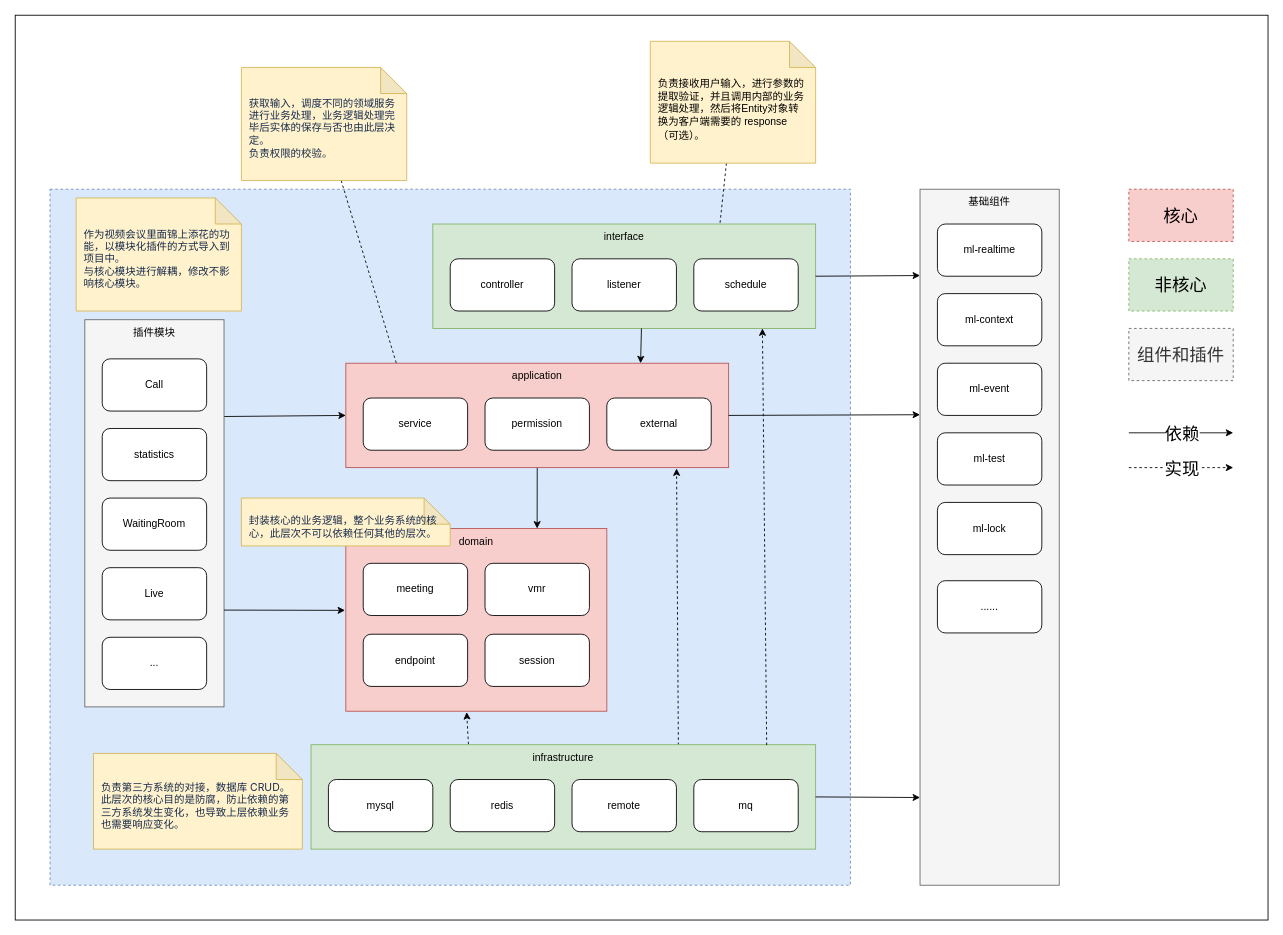
herozzn/draw keeps this draw.io diagram as RSC新工程架构.drawio. Above is the earlier version. Source tidied: cells renumbered, new cells numbered last; positions are measured from the earlier drawing's top-left corner, leaving out a move shared by most shapes. Both pictures are drawn from the tidied source at 87%, with x=0, y=0 at pixel (15, 15).
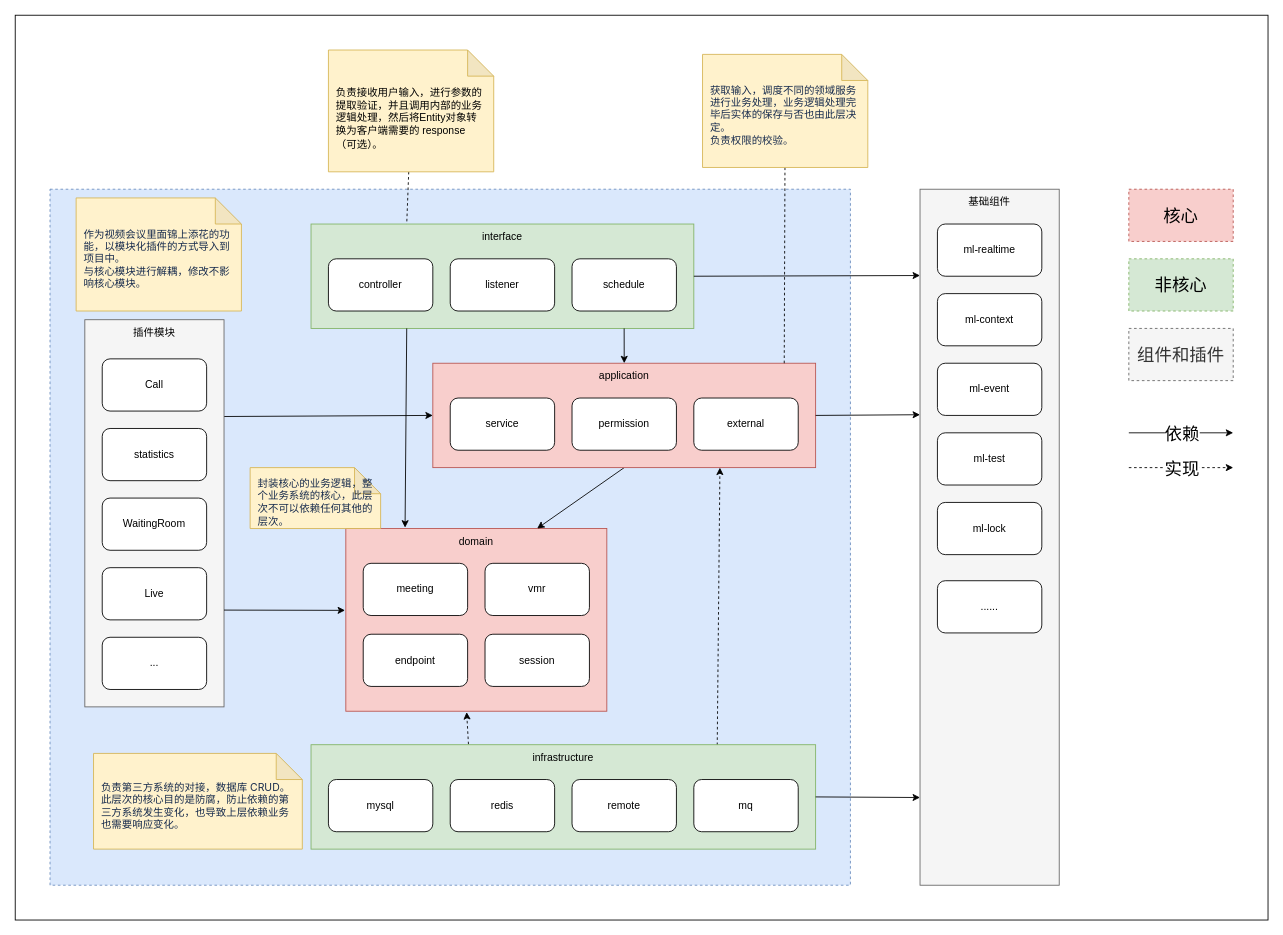
Above is the later version.

Commit message:
更新RSC新工程架构.drawio

Unchanged cells that the change refers to:
```xml
<mxCell id="6" style="rounded=0;whiteSpace=wrap;html=1;fillColor=#f8cecc;strokeColor=#b85450;" parent="1" vertex="1">
  <mxGeometry x="380" y="590" width="300" height="210" as="geometry" />
</mxCell>
<mxCell id="12" style="rounded=0;whiteSpace=wrap;html=1;fillColor=#d5e8d4;strokeColor=#82b366;" parent="1" vertex="1">
  <mxGeometry x="340" y="838.5" width="580" height="120" as="geometry" />
</mxCell>
```

What changed in the source:
```diff
@@
     <mxCell id="8" style="rounded=0;whiteSpace=wrap;html=1;fillColor=#f8cecc;strokeColor=#b85450;" parent="1" vertex="1">
-      <mxGeometry x="380" y="400" width="440" height="120" as="geometry" />
+      <mxGeometry x="480" y="400" width="440" height="120" as="geometry" />
     </mxCell>
     <mxCell id="9" style="rounded=0;whiteSpace=wrap;html=1;fillColor=#d5e8d4;strokeColor=#82b366;" parent="1" vertex="1">
-      <mxGeometry x="480" y="240" width="440" height="120" as="geometry" />
+      <mxGeometry x="340" y="240" width="440" height="120" as="geometry" />
     </mxCell>
@@
-    <mxCell id="11" style="rounded=0;jettySize=auto;html=1;exitX=0.728;exitY=0.004;exitDx=0;exitDy=0;entryX=0.864;entryY=1.008;entryDx=0;entryDy=0;dashed=1;entryPerimeter=0;exitPerimeter=0;" parent="1" edge="1" source="12" target="8">
+    <mxCell id="11" style="rounded=0;jettySize=auto;html=1;exitX=0.805;exitY=0.004;exitDx=0;exitDy=0;entryX=0.75;entryY=1;entryDx=0;entryDy=0;dashed=1;exitPerimeter=0;" parent="1" edge="1" source="12" target="8">
       <mxGeometry relative="1" as="geometry" />
     </mxCell>
@@
     <mxCell id="23" value="external" style="rounded=1;whiteSpace=wrap;html=1;" parent="1" vertex="1">
-      <mxGeometry x="680" y="440" width="120" height="60" as="geometry" />
+      <mxGeometry x="780" y="440" width="120" height="60" as="geometry" />
     </mxCell>
@@
     <mxCell id="26" value="service" style="rounded=1;whiteSpace=wrap;html=1;" parent="1" vertex="1">
-      <mxGeometry x="400" y="440" width="120" height="60" as="geometry" />
+      <mxGeometry x="500" y="440" width="120" height="60" as="geometry" />
     </mxCell>
     <mxCell id="27" value="permission" style="rounded=1;whiteSpace=wrap;html=1;" parent="1" vertex="1">
-      <mxGeometry x="540" y="440" width="120" height="60" as="geometry" />
+      <mxGeometry x="640" y="440" width="120" height="60" as="geometry" />
     </mxCell>
     <mxCell id="28" value="application" style="text;html=1;strokeColor=none;fillColor=none;align=center;verticalAlign=middle;whiteSpace=wrap;rounded=0;" parent="1" vertex="1">
-      <mxGeometry x="560" y="400" width="80" height="30" as="geometry" />
+      <mxGeometry x="660" y="400" width="80" height="30" as="geometry" />
     </mxCell>
-    <mxCell id="29" style="endArrow=classic;html=1;rounded=0;exitX=0.545;exitY=1;exitDx=0;exitDy=0;entryX=0.77;entryY=0;entryDx=0;entryDy=0;exitPerimeter=0;entryPerimeter=0;" parent="1" edge="1" source="9" target="8">
+    <mxCell id="29" style="endArrow=classic;html=1;rounded=0;exitX=0.818;exitY=1;exitDx=0;exitDy=0;entryX=0.5;entryY=0;entryDx=0;entryDy=0;exitPerimeter=0;" parent="1" edge="1" source="9" target="28">
       <mxGeometry relative="1" as="geometry" />
     </mxCell>
     <mxCell id="30" value="controller" style="rounded=1;whiteSpace=wrap;html=1;" parent="1" vertex="1">
-      <mxGeometry x="500" y="280" width="120" height="60" as="geometry" />
+      <mxGeometry x="360" y="280" width="120" height="60" as="geometry" />
     </mxCell>
     <mxCell id="31" value="interface" style="text;html=1;strokeColor=none;fillColor=none;align=center;verticalAlign=middle;whiteSpace=wrap;rounded=0;" parent="1" vertex="1">
-      <mxGeometry x="660" y="240" width="80" height="30" as="geometry" />
+      <mxGeometry x="520" y="240" width="80" height="30" as="geometry" />
     </mxCell>
     <mxCell id="32" value="listener" style="rounded=1;whiteSpace=wrap;html=1;" parent="1" vertex="1">
-      <mxGeometry x="640" y="280" width="120" height="60" as="geometry" />
+      <mxGeometry x="500" y="280" width="120" height="60" as="geometry" />
     </mxCell>
     <mxCell id="33" value="schedule" style="rounded=1;whiteSpace=wrap;html=1;" parent="1" vertex="1">
-      <mxGeometry x="780" y="280" width="120" height="60" as="geometry" />
+      <mxGeometry x="640" y="280" width="120" height="60" as="geometry" />
     </mxCell>
@@
-    <mxCell id="39" style="rounded=0;jettySize=auto;html=1;exitX=0.903;exitY=0.004;exitDx=0;exitDy=0;entryX=0.861;entryY=1;entryDx=0;entryDy=0;dashed=1;exitPerimeter=0;entryPerimeter=0;" parent="1" edge="1" source="12" target="9">
-      <mxGeometry relative="1" as="geometry" />
-    </mxCell>
@@
-    <mxCell id="59" style="rounded=0;jettySize=auto;html=1;entryX=0.75;entryY=0;entryDx=0;entryDy=0;endArrow=none;endFill=0;dashed=1;" parent="1" edge="1" source="60" target="9">
+    <mxCell id="59" style="rounded=0;jettySize=auto;html=1;entryX=0.25;entryY=0;entryDx=0;entryDy=0;endArrow=none;endFill=0;dashed=1;" parent="1" edge="1" source="60" target="9">
       <mxGeometry relative="1" as="geometry" />
     </mxCell>
     <mxCell id="60" value="&lt;div style=&quot;text-align: left;&quot;&gt;负责接收用户输入，进行参数的提取验证，并且调用内部的业务逻辑处理，然后将Entity对象转换为客户端需要的 response（可选）。&lt;font face=&quot;-apple-system, system-ui, Segoe UI, Roboto, Oxygen, Ubuntu, Fira Sans, Droid Sans, Helvetica Neue, sans-serif&quot; color=&quot;#172b4d&quot;&gt;&lt;span style=&quot;font-size: 14px;&quot;&gt;&lt;br&gt;&lt;/span&gt;&lt;/font&gt;&lt;/div&gt;" style="shape=note;whiteSpace=wrap;html=1;backgroundOutline=1;darkOpacity=0.05;fillColor=#fff2cc;strokeColor=#d6b656;spacingLeft=8;spacingRight=8;spacingTop=8;spacingBottom=-10;" parent="1" vertex="1">
-      <mxGeometry x="730" y="30" width="190" height="140" as="geometry" />
+      <mxGeometry x="360" y="40" width="190" height="140" as="geometry" />
     </mxCell>
-    <mxCell id="61" style="rounded=0;jettySize=auto;html=1;entryX=0.132;entryY=0;entryDx=0;entryDy=0;dashed=1;endArrow=none;endFill=0;entryPerimeter=0;" parent="1" edge="1" source="62" target="8">
+    <mxCell id="61" style="rounded=0;jettySize=auto;html=1;entryX=0.918;entryY=0;entryDx=0;entryDy=0;dashed=1;endArrow=none;endFill=0;entryPerimeter=0;" parent="1" edge="1" source="62" target="8">
       <mxGeometry relative="1" as="geometry" />
     </mxCell>
     <mxCell id="62" value="&lt;div style=&quot;text-align: left;&quot;&gt;&lt;font face=&quot;-apple-system, system-ui, Segoe UI, Roboto, Oxygen, Ubuntu, Fira Sans, Droid Sans, Helvetica Neue, sans-serif&quot; color=&quot;#172b4d&quot;&gt;&lt;div style=&quot;&quot;&gt;&lt;span style=&quot;background-color: initial;&quot;&gt;获取输入，调度不同的领域服务进行业务处理，业务逻辑处理完毕后实体的保存与否也由此层决定。&lt;/span&gt;&lt;br&gt;&lt;span style=&quot;background-color: initial;&quot;&gt;负责权限的校验。&lt;/span&gt;&lt;br&gt;&lt;/div&gt;&lt;/font&gt;&lt;/div&gt;" style="shape=note;whiteSpace=wrap;html=1;backgroundOutline=1;darkOpacity=0.05;fillColor=#fff2cc;strokeColor=#d6b656;spacingLeft=8;spacingRight=8;spacingBottom=-10;" parent="1" vertex="1">
-      <mxGeometry x="260" y="60" width="190" height="130" as="geometry" />
+      <mxGeometry x="790" y="45" width="190" height="130" as="geometry" />
     </mxCell>
@@
     <mxCell id="64" value="&lt;div style=&quot;text-align: left;&quot;&gt;&lt;font face=&quot;-apple-system, system-ui, Segoe UI, Roboto, Oxygen, Ubuntu, Fira Sans, Droid Sans, Helvetica Neue, sans-serif&quot; color=&quot;#172b4d&quot;&gt;&lt;div style=&quot;&quot;&gt;封装核心的业务逻辑，整个业务系统的核心，此层次不可以依赖任何其他的层次。&lt;br&gt;&lt;/div&gt;&lt;/font&gt;&lt;/div&gt;" style="shape=note;whiteSpace=wrap;html=1;backgroundOutline=1;darkOpacity=0.05;fillColor=#fff2cc;strokeColor=#d6b656;spacingLeft=8;spacingRight=8;spacingBottom=-10;" parent="1" vertex="1">
-      <mxGeometry x="260" y="555" width="240" height="55" as="geometry" />
+      <mxGeometry x="270" y="520" width="150" height="70" as="geometry" />
     </mxCell>
@@
+    <mxCell id="66" style="endArrow=classic;html=1;rounded=0;exitX=0.25;exitY=1;exitDx=0;exitDy=0;entryX=0.227;entryY=-0.005;entryDx=0;entryDy=0;entryPerimeter=0;" parent="1" edge="1" source="9" target="6">
+      <mxGeometry relative="1" as="geometry" />
+    </mxCell>
```
